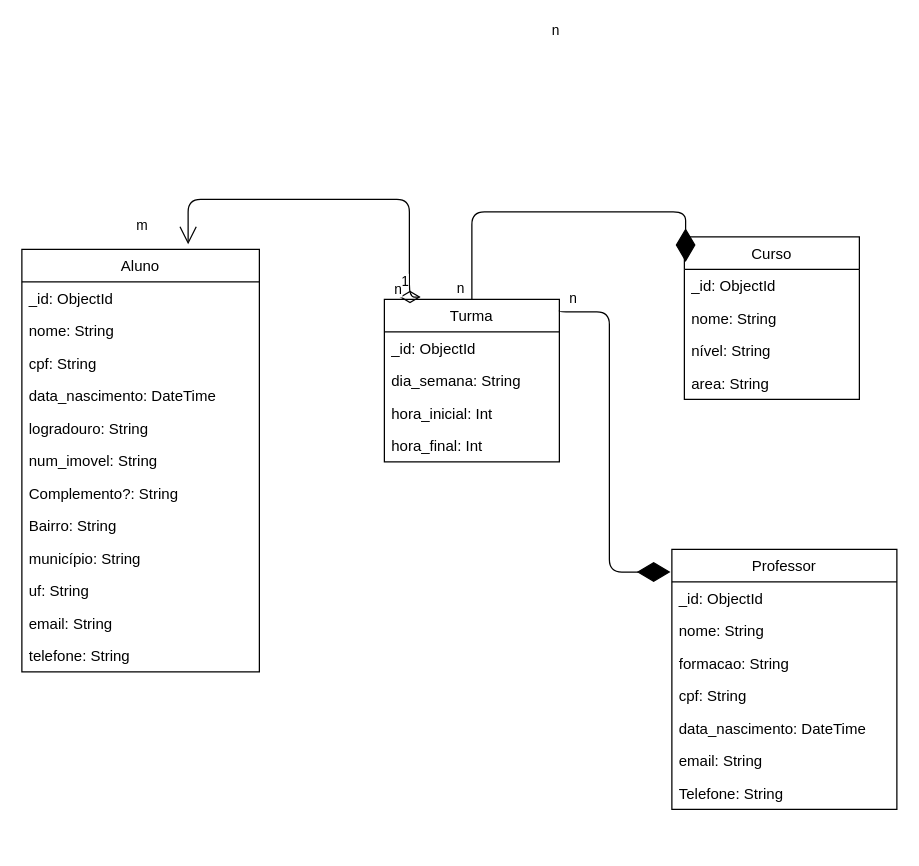
Earlier version of the draw.io diagram docs/modelagem-db.drawio (Leonardo-henriqu2/bn-not-2023-2). Source tidied: cells renumbered, new cells numbered last; positions are measured from the earlier drawing's top-left corner, leaving out a move shared by most shapes. Both pictures are drawn from the tidied source at 125%, with x=0, y=0 at pixel (21, 199).
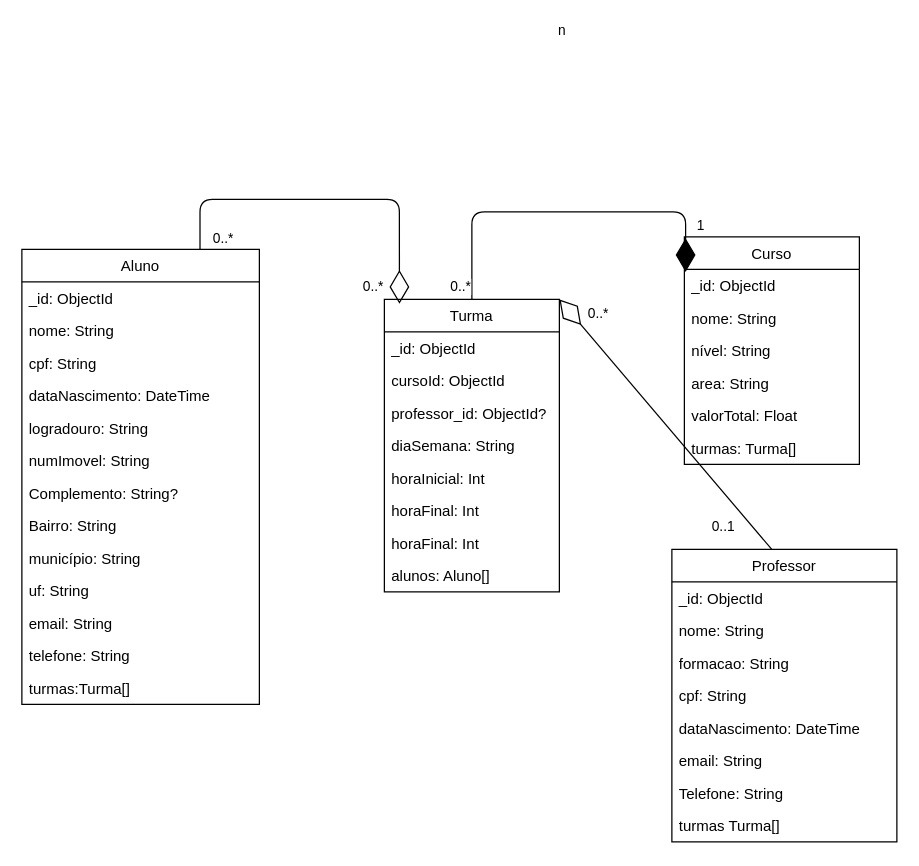
Above is the later version.

Commit message (it also covers changes not shown here):
(06/09)Término da modelagem dos dados

Unchanged cells that the change refers to:
```xml
<mxCell id="35" style="endArrow=diamondThin;endFill=1;endSize=24;html=1;edgeStyle=orthogonalEdgeStyle;entryX=0.007;entryY=0.154;entryDx=0;entryDy=0;entryPerimeter=0;exitX=0.5;exitY=0;exitDx=0;exitDy=0;" parent="1" edge="1" source="28" target="15">
  <mxGeometry relative="1" as="geometry">
    <Array as="points">
      <mxPoint x="360" y="10" />
      <mxPoint x="531" y="10" />
    </Array>
  </mxGeometry>
</mxCell>
```

What changed in the source:
```diff
@@
     <mxCell id="2" value="Aluno" style="swimlane;fontStyle=0;horizontal=1;startSize=26;fillColor=none;" parent="1" vertex="1">
-      <mxGeometry y="40" width="190" height="338" as="geometry" />
+      <mxGeometry y="40" width="190" height="364" as="geometry" />
     </mxCell>
@@
-    <mxCell id="6" value="data_nascimento: DateTime" style="text;strokeColor=none;fillColor=none;align=left;verticalAlign=top;spacingLeft=4;spacingRight=4;overflow=hidden;" parent="2" vertex="1">
+    <mxCell id="6" value="dataNascimento: DateTime" style="text;strokeColor=none;fillColor=none;align=left;verticalAlign=top;spacingLeft=4;spacingRight=4;overflow=hidden;" parent="2" vertex="1">
       <mxGeometry y="104" width="190" height="26" as="geometry" />
     </mxCell>
@@
-    <mxCell id="8" value="num_imovel: String" style="text;strokeColor=none;fillColor=none;align=left;verticalAlign=top;spacingLeft=4;spacingRight=4;overflow=hidden;" parent="2" vertex="1">
+    <mxCell id="8" value="numImovel: String" style="text;strokeColor=none;fillColor=none;align=left;verticalAlign=top;spacingLeft=4;spacingRight=4;overflow=hidden;" parent="2" vertex="1">
       <mxGeometry y="156" width="190" height="26" as="geometry" />
     </mxCell>
-    <mxCell id="9" value="Complemento?: String" style="text;strokeColor=none;fillColor=none;align=left;verticalAlign=top;spacingLeft=4;spacingRight=4;overflow=hidden;" parent="2" vertex="1">
+    <mxCell id="9" value="Complemento: String?" style="text;strokeColor=none;fillColor=none;align=left;verticalAlign=top;spacingLeft=4;spacingRight=4;overflow=hidden;" parent="2" vertex="1">
       <mxGeometry y="182" width="190" height="26" as="geometry" />
     </mxCell>
@@
+    <mxCell id="41" value="turmas:Turma[]" style="text;strokeColor=none;fillColor=none;align=left;verticalAlign=top;spacingLeft=4;spacingRight=4;overflow=hidden;" parent="2" vertex="1">
+      <mxGeometry y="338" width="190" height="26" as="geometry" />
+    </mxCell>
     <mxCell id="15" value="Curso" style="swimlane;fontStyle=0;horizontal=1;startSize=26;fillColor=none;" parent="1" vertex="1">
-      <mxGeometry x="530" y="30" width="140" height="130" as="geometry" />
+      <mxGeometry x="530" y="30" width="140" height="182" as="geometry" />
     </mxCell>
@@
+    <mxCell id="42" value="valorTotal: Float" style="text;strokeColor=none;fillColor=none;align=left;verticalAlign=top;spacingLeft=4;spacingRight=4;overflow=hidden;" parent="15" vertex="1">
+      <mxGeometry y="130" width="140" height="26" as="geometry" />
+    </mxCell>
+    <mxCell id="43" value="turmas: Turma[]" style="text;strokeColor=none;fillColor=none;align=left;verticalAlign=top;spacingLeft=4;spacingRight=4;overflow=hidden;" parent="15" vertex="1">
+      <mxGeometry y="156" width="140" height="26" as="geometry" />
+    </mxCell>
     <mxCell id="20" value="Professor" style="swimlane;fontStyle=0;horizontal=1;startSize=26;fillColor=none;" parent="1" vertex="1">
-      <mxGeometry x="520" y="280" width="180" height="208" as="geometry" />
+      <mxGeometry x="520" y="280" width="180" height="234" as="geometry" />
     </mxCell>
@@
-    <mxCell id="25" value="data_nascimento: DateTime" style="text;strokeColor=none;fillColor=none;align=left;verticalAlign=top;spacingLeft=4;spacingRight=4;overflow=hidden;" parent="20" vertex="1">
+    <mxCell id="25" value="dataNascimento: DateTime" style="text;strokeColor=none;fillColor=none;align=left;verticalAlign=top;spacingLeft=4;spacingRight=4;overflow=hidden;" parent="20" vertex="1">
       <mxGeometry y="130" width="180" height="26" as="geometry" />
     </mxCell>
@@
+    <mxCell id="44" value="turmas Turma[]" style="text;strokeColor=none;fillColor=none;align=left;verticalAlign=top;spacingLeft=4;spacingRight=4;overflow=hidden;" parent="20" vertex="1">
+      <mxGeometry y="208" width="180" height="26" as="geometry" />
+    </mxCell>
     <mxCell id="28" value="Turma" style="swimlane;fontStyle=0;horizontal=1;startSize=26;fillColor=none;" parent="1" vertex="1">
-      <mxGeometry x="290" y="80" width="140" height="130" as="geometry" />
+      <mxGeometry x="290" y="80" width="140" height="234" as="geometry" />
     </mxCell>
@@
+    <mxCell id="45" value="cursoId: ObjectId" style="text;strokeColor=none;fillColor=none;align=left;verticalAlign=top;spacingLeft=4;spacingRight=4;overflow=hidden;" parent="28" vertex="1">
+      <mxGeometry y="52" width="140" height="26" as="geometry" />
+    </mxCell>
+    <mxCell id="46" value="professor_id: ObjectId?" style="text;strokeColor=none;fillColor=none;align=left;verticalAlign=top;spacingLeft=4;spacingRight=4;overflow=hidden;" parent="28" vertex="1">
+      <mxGeometry y="78" width="140" height="26" as="geometry" />
+    </mxCell>
-    <mxCell id="30" value="dia_semana: String" style="text;strokeColor=none;fillColor=none;align=left;verticalAlign=top;spacingLeft=4;spacingRight=4;overflow=hidden;" parent="28" vertex="1">
-      <mxGeometry y="52" width="140" height="26" as="geometry" />
+    <mxCell id="30" value="diaSemana: String" style="text;strokeColor=none;fillColor=none;align=left;verticalAlign=top;spacingLeft=4;spacingRight=4;overflow=hidden;" parent="28" vertex="1">
+      <mxGeometry y="104" width="140" height="26" as="geometry" />
     </mxCell>
-    <mxCell id="31" value="hora_inicial: Int" style="text;strokeColor=none;fillColor=none;align=left;verticalAlign=top;spacingLeft=4;spacingRight=4;overflow=hidden;" parent="28" vertex="1">
-      <mxGeometry y="78" width="140" height="26" as="geometry" />
+    <mxCell id="31" value="horaInicial: Int" style="text;strokeColor=none;fillColor=none;align=left;verticalAlign=top;spacingLeft=4;spacingRight=4;overflow=hidden;" parent="28" vertex="1">
+      <mxGeometry y="130" width="140" height="26" as="geometry" />
     </mxCell>
-    <mxCell id="32" value="hora_final: Int" style="text;strokeColor=none;fillColor=none;align=left;verticalAlign=top;spacingLeft=4;spacingRight=4;overflow=hidden;" parent="28" vertex="1">
-      <mxGeometry y="104" width="140" height="26" as="geometry" />
+    <mxCell id="32" value="horaFinal: Int" style="text;strokeColor=none;fillColor=none;align=left;verticalAlign=top;spacingLeft=4;spacingRight=4;overflow=hidden;" parent="28" vertex="1">
+      <mxGeometry y="156" width="140" height="26" as="geometry" />
     </mxCell>
-    <mxCell id="33" style="endArrow=diamondThin;endFill=1;endSize=24;html=1;edgeStyle=orthogonalEdgeStyle;exitX=1;exitY=0.069;exitDx=0;exitDy=0;exitPerimeter=0;entryX=-0.006;entryY=0.087;entryDx=0;entryDy=0;entryPerimeter=0;" parent="1" edge="1" source="28" target="20">
-      <mxGeometry relative="1" as="geometry">
-        <Array as="points">
-          <mxPoint x="430" y="90" />
-          <mxPoint x="470" y="90" />
-          <mxPoint x="470" y="298" />
-        </Array>
-      </mxGeometry>
-    </mxCell>
-    <mxCell id="34" value="n" style="edgeLabel;html=1;align=center;verticalAlign=middle;" parent="33" vertex="1">
-      <mxGeometry x="0.18" relative="1" as="geometry">
-        <mxPoint x="-30" y="-146" as="offset" />
-      </mxGeometry>
-    </mxCell>
+    <mxCell id="47" value="horaFinal: Int" style="text;strokeColor=none;fillColor=none;align=left;verticalAlign=top;spacingLeft=4;spacingRight=4;overflow=hidden;" parent="28" vertex="1">
+      <mxGeometry y="182" width="140" height="26" as="geometry" />
+    </mxCell>
+    <mxCell id="48" value="alunos: Aluno[]" style="text;strokeColor=none;fillColor=none;align=left;verticalAlign=top;spacingLeft=4;spacingRight=4;overflow=hidden;" parent="28" vertex="1">
+      <mxGeometry y="208" width="140" height="26" as="geometry" />
+    </mxCell>
@@
-    <mxCell id="37" value="n" style="edgeLabel;html=1;align=center;verticalAlign=middle;" parent="35" vertex="1">
+    <mxCell id="37" value="0..*&lt;br&gt;" style="edgeLabel;html=1;align=center;verticalAlign=middle;" parent="35" vertex="1">
       <mxGeometry x="-0.83" y="-1" relative="1" as="geometry">
         <mxPoint x="-11" y="14" as="offset" />
       </mxGeometry>
     </mxCell>
-    <mxCell id="38" value="1" style="endArrow=open;html=1;endSize=12;startArrow=diamondThin;startSize=14;startFill=0;edgeStyle=orthogonalEdgeStyle;align=left;verticalAlign=bottom;entryX=0.7;entryY=-0.012;entryDx=0;entryDy=0;entryPerimeter=0;exitX=0.086;exitY=-0.015;exitDx=0;exitDy=0;exitPerimeter=0;" parent="1" edge="1" source="28" target="2">
-      <mxGeometry x="-1" y="3" relative="1" as="geometry">
-        <Array as="points">
-          <mxPoint x="310" y="78" />
-          <mxPoint x="310" />
-          <mxPoint x="133" />
-        </Array>
+    <mxCell id="38" value="1" style="edgeLabel;html=1;align=center;verticalAlign=middle;" parent="35" vertex="1">
+      <mxGeometry x="-0.35" y="2" relative="1" as="geometry">
+        <mxPoint x="158" y="12" as="offset" />
       </mxGeometry>
     </mxCell>
-    <mxCell id="39" value="m" style="edgeLabel;html=1;align=center;verticalAlign=middle;" parent="38" vertex="1">
-      <mxGeometry x="0.54" y="3" relative="1" as="geometry">
-        <mxPoint x="-71" y="17" as="offset" />
-      </mxGeometry>
-    </mxCell>
-    <mxCell id="40" value="n" style="edgeLabel;html=1;align=center;verticalAlign=middle;" parent="38" vertex="1">
-      <mxGeometry x="-0.79" y="-3" relative="1" as="geometry">
-        <mxPoint x="-13" y="16" as="offset" />
-      </mxGeometry>
-    </mxCell>
+    <mxCell id="49" style="endArrow=diamondThin;endFill=0;endSize=24;html=1;entryX=1;entryY=0;entryDx=0;entryDy=0;exitX=0.444;exitY=0;exitDx=0;exitDy=0;exitPerimeter=0;" parent="1" edge="1" source="20" target="28">
+      <mxGeometry relative="1" as="geometry" />
+    </mxCell>
+    <mxCell id="50" value="0..1" style="edgeLabel;html=1;align=center;verticalAlign=middle;" parent="49" vertex="1">
+      <mxGeometry x="-0.32" y="3" relative="1" as="geometry">
+        <mxPoint x="20" y="47" as="offset" />
+      </mxGeometry>
+    </mxCell>
+    <mxCell id="51" value="0..*" style="edgeLabel;html=1;align=center;verticalAlign=middle;" parent="49" vertex="1">
+      <mxGeometry x="0.35" y="-1" relative="1" as="geometry">
+        <mxPoint x="-26" y="-54" as="offset" />
+      </mxGeometry>
+    </mxCell>
+    <mxCell id="52" style="endArrow=diamondThin;endFill=0;endSize=24;html=1;edgeStyle=orthogonalEdgeStyle;entryX=0.086;entryY=0.015;entryDx=0;entryDy=0;entryPerimeter=0;exitX=0.75;exitY=0;exitDx=0;exitDy=0;" parent="1" edge="1" source="2" target="28">
+      <mxGeometry relative="1" as="geometry">
+        <Array as="points">
+          <mxPoint x="143" />
+          <mxPoint x="302" />
+        </Array>
+      </mxGeometry>
+    </mxCell>
+    <mxCell id="53" value="0..*" style="edgeLabel;html=1;align=center;verticalAlign=middle;" parent="52" vertex="1">
+      <mxGeometry x="-0.26" y="3" relative="1" as="geometry">
+        <mxPoint x="-47" y="33" as="offset" />
+      </mxGeometry>
+    </mxCell>
+    <mxCell id="54" value="0..*" style="edgeLabel;html=1;align=center;verticalAlign=middle;" parent="1" vertex="1">
+      <mxGeometry x="170.5" y="40" as="geometry">
+        <mxPoint x="110" y="29" as="offset" />
+      </mxGeometry>
+    </mxCell>
```
